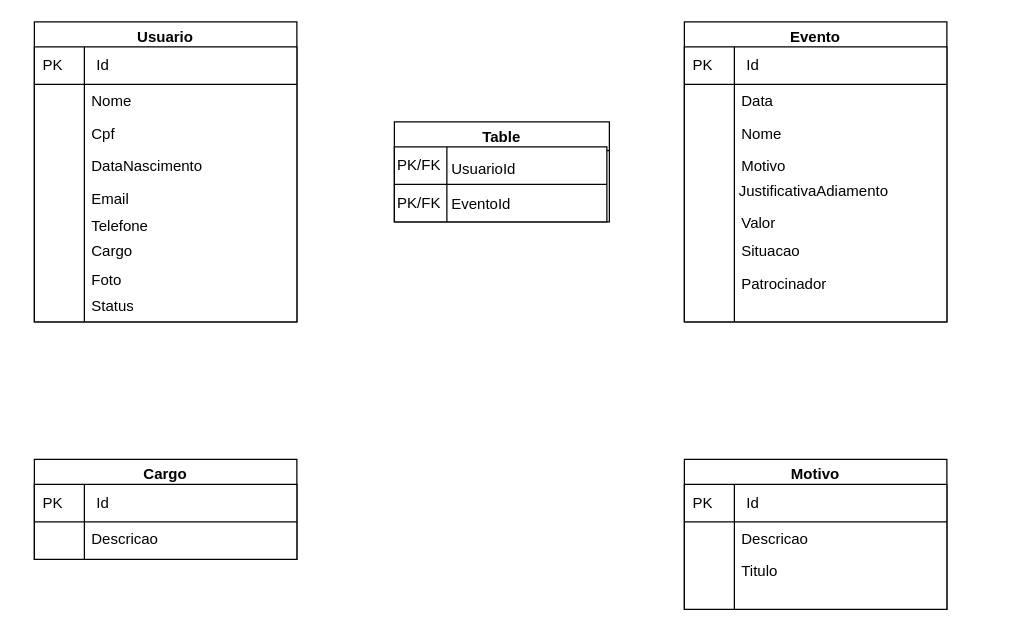
Before: SextaPaga.drawio in VitorLucas98/sextaPaga, a draw.io diagram. Source tidied: cells renumbered, new cells numbered last; positions are measured from the earlier drawing's top-left corner, leaving out a move shared by most shapes. Both pictures are drawn from the tidied source at 125%, with x=0, y=0 at pixel (34, 21).
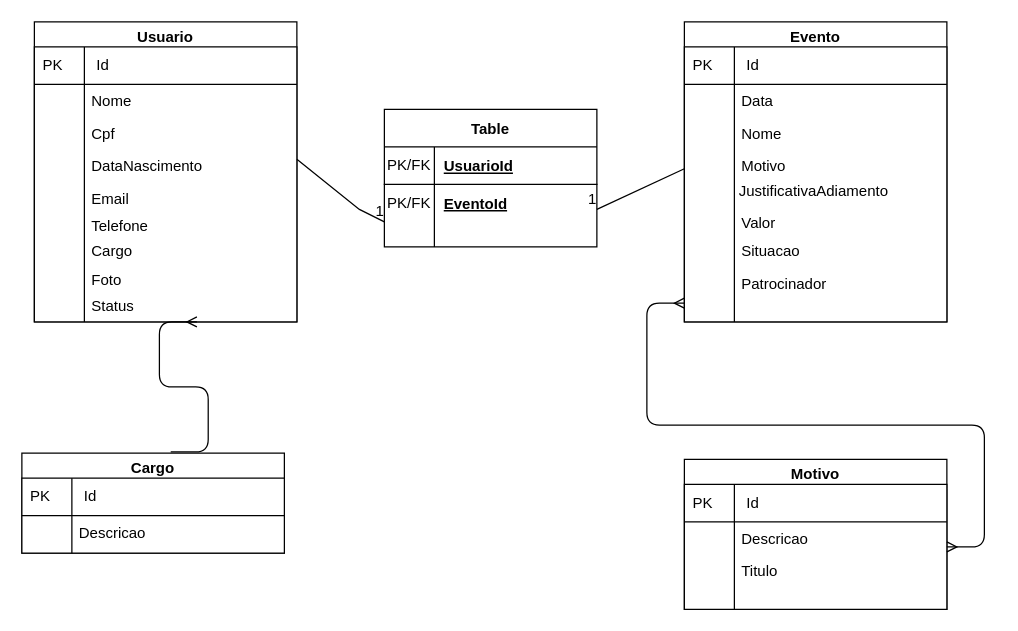
The same page after the edit.

Unchanged cells that the change refers to:
```xml
<mxCell id="3" style="shape=internalStorage;whiteSpace=wrap;html=1;backgroundOutline=1;dx=40;dy=30;" parent="2" vertex="1">
  <mxGeometry y="20" width="210" height="220" as="geometry" />
</mxCell>
<mxCell id="11" value="Status" style="text;strokeColor=none;fillColor=none;align=left;verticalAlign=top;spacingLeft=4;spacingRight=4;overflow=hidden;points=[[0,0.5],[1,0.5]];portConstraint=eastwest;" parent="2" vertex="1">
  <mxGeometry x="40" y="214" width="140" height="26" as="geometry" />
</mxCell>
<mxCell id="15" style="shape=internalStorage;whiteSpace=wrap;html=1;backgroundOutline=1;dx=40;dy=30;" parent="14" vertex="1">
  <mxGeometry y="20" width="210" height="220" as="geometry" />
</mxCell>
<mxCell id="31" style="shape=internalStorage;whiteSpace=wrap;html=1;backgroundOutline=1;dx=40;dy=30;" parent="30" vertex="1">
  <mxGeometry y="20" width="210" height="100" as="geometry" />
</mxCell>
```

The edit, as a diff of the source:
```diff
@@
     <mxCell id="25" value="Cargo" style="swimlane;" parent="1" vertex="1">
-      <mxGeometry y="350" width="210" height="80" as="geometry" />
+      <mxGeometry x="-10" y="345" width="210" height="80" as="geometry" />
     </mxCell>
@@
-    <mxCell id="36" value="Table" style="swimlane;" parent="1" vertex="1">
-      <mxGeometry x="288" y="80" width="172" height="80" as="geometry" />
+    <mxCell id="36" value="Table" style="shape=table;startSize=30;childLayout=tableLayout;rowLines=0;fontStyle=1;align=center;" parent="1" vertex="1">
+      <mxGeometry x="280" y="70" width="170" height="110" as="geometry" />
     </mxCell>
-    <mxCell id="37" style="shape=internalStorage;whiteSpace=wrap;html=1;backgroundOutline=1;dx=42;dy=30;" parent="36" vertex="1">
-      <mxGeometry y="20" width="170" height="60" as="geometry" />
-    </mxCell>
-    <mxCell id="38" value="PK/FK" style="text;html=1;strokeColor=none;fillColor=none;align=center;verticalAlign=middle;whiteSpace=wrap;rounded=0;" parent="36" vertex="1">
-      <mxGeometry y="20" width="40" height="30" as="geometry" />
-    </mxCell>
+    <mxCell id="42" style="shape=partialRectangle;fillColor=none;top=0;left=0;bottom=1;right=0;" parent="36" vertex="1">
+      <mxGeometry y="30" width="170" height="30" as="geometry" />
+    </mxCell>
+    <mxCell id="43" style="shape=partialRectangle;fillColor=none;top=0;left=0;bottom=0;right=0;fontStyle=1;overflow=hidden;" parent="42" vertex="1">
+      <mxGeometry width="40" height="30" as="geometry" />
+    </mxCell>
-    <mxCell id="39" value="UsuarioId" style="text;strokeColor=none;fillColor=none;align=left;verticalAlign=top;spacingLeft=4;spacingRight=4;overflow=hidden;" parent="36" vertex="1">
-      <mxGeometry x="40" y="24" width="70" height="26" as="geometry" />
+    <mxCell id="39" value="UsuarioId" style="shape=partialRectangle;fillColor=none;top=0;left=0;bottom=0;right=0;align=left;spacingLeft=6;fontStyle=5;overflow=hidden;" parent="42" vertex="1">
+      <mxGeometry x="40" width="130" height="30" as="geometry" />
     </mxCell>
+    <mxCell id="44" style="shape=partialRectangle;fillColor=none;top=0;left=0;bottom=0;right=0;" parent="36" vertex="1">
+      <mxGeometry y="60" width="170" height="30" as="geometry" />
+    </mxCell>
+    <mxCell id="45" style="shape=partialRectangle;fillColor=none;top=0;left=0;bottom=0;right=0;overflow=hidden;" parent="44" vertex="1">
+      <mxGeometry width="40" height="30" as="geometry" />
+    </mxCell>
+    <mxCell id="46" style="shape=partialRectangle;fillColor=none;top=0;left=0;bottom=0;right=0;align=left;spacingLeft=6;overflow=hidden;" parent="44" vertex="1">
+      <mxGeometry x="40" width="130" height="30" as="geometry" />
+    </mxCell>
+    <mxCell id="47" style="shape=partialRectangle;fillColor=none;top=0;left=0;bottom=0;right=0;" parent="36" vertex="1">
+      <mxGeometry y="90" width="170" height="20" as="geometry" />
+    </mxCell>
+    <mxCell id="48" style="shape=partialRectangle;fillColor=none;top=0;left=0;bottom=0;right=0;overflow=hidden;" parent="47" vertex="1">
+      <mxGeometry width="40" height="20" as="geometry" />
+    </mxCell>
+    <mxCell id="49" style="shape=partialRectangle;fillColor=none;top=0;left=0;bottom=0;right=0;align=left;spacingLeft=6;overflow=hidden;" parent="47" vertex="1">
+      <mxGeometry x="40" width="130" height="20" as="geometry" />
+    </mxCell>
+    <mxCell id="50" style="shape=partialRectangle;fillColor=none;top=0;left=0;bottom=0;right=0;fontStyle=1;overflow=hidden;" parent="1" vertex="1">
+      <mxGeometry x="280" y="260" width="30" height="30" as="geometry" />
+    </mxCell>
-    <mxCell id="40" value="EventoId" style="text;strokeColor=none;fillColor=none;align=left;verticalAlign=top;spacingLeft=4;spacingRight=4;overflow=hidden;" parent="36" vertex="1">
-      <mxGeometry x="40" y="52" width="110" height="26" as="geometry" />
+    <mxCell id="40" value="EventoId" style="shape=partialRectangle;fillColor=none;top=0;left=0;bottom=0;right=0;align=left;spacingLeft=6;fontStyle=5;overflow=hidden;" parent="1" vertex="1">
+      <mxGeometry x="320" y="130" width="140" height="30" as="geometry" />
     </mxCell>
-    <mxCell id="41" value="PK/FK" style="text;html=1;strokeColor=none;fillColor=none;align=center;verticalAlign=middle;whiteSpace=wrap;rounded=0;" parent="36" vertex="1">
-      <mxGeometry y="50" width="40" height="30" as="geometry" />
-    </mxCell>
+    <mxCell id="51" value="PK/FK" style="text;html=1;strokeColor=none;fillColor=none;align=center;verticalAlign=middle;whiteSpace=wrap;rounded=0;" parent="1" vertex="1">
+      <mxGeometry x="280" y="100" width="40" height="30" as="geometry" />
+    </mxCell>
+    <mxCell id="52" value="PK/FK" style="text;html=1;strokeColor=none;fillColor=none;align=center;verticalAlign=middle;whiteSpace=wrap;rounded=0;" parent="1" vertex="1">
+      <mxGeometry x="280" y="130" width="40" height="30" as="geometry" />
+    </mxCell>
+    <mxCell id="53" style="endArrow=none;html=1;rounded=0;entryX=0;entryY=1;entryDx=0;entryDy=0;exitX=1;exitY=0.409;exitDx=0;exitDy=0;exitPerimeter=0;" parent="1" edge="1" source="3" target="52">
+      <mxGeometry relative="1" as="geometry">
+        <Array as="points">
+          <mxPoint x="260" y="150" />
+        </Array>
+      </mxGeometry>
+    </mxCell>
+    <mxCell id="54" value="1" style="html=1;align=right;verticalAlign=bottom;" parent="53" vertex="1">
+      <mxGeometry x="1" relative="1" as="geometry" />
+    </mxCell>
+    <mxCell id="55" style="edgeStyle=entityRelationEdgeStyle;fontSize=12;html=1;endArrow=ERmany;startArrow=ERmany;exitX=1;exitY=0.5;exitDx=0;exitDy=0;" parent="1" edge="1" source="31">
+      <mxGeometry relative="1" as="geometry">
+        <mxPoint x="520" y="225" as="targetPoint" />
+      </mxGeometry>
+    </mxCell>
+    <mxCell id="56" style="endArrow=none;html=1;rounded=0;exitX=0;exitY=0.443;exitDx=0;exitDy=0;exitPerimeter=0;" parent="1" edge="1" source="15">
+      <mxGeometry relative="1" as="geometry">
+        <mxPoint x="450" y="150" as="targetPoint" />
+      </mxGeometry>
+    </mxCell>
+    <mxCell id="57" value="1" style="html=1;align=right;verticalAlign=bottom;" parent="56" vertex="1">
+      <mxGeometry x="1" relative="1" as="geometry" />
+    </mxCell>
+    <mxCell id="58" style="edgeStyle=entityRelationEdgeStyle;fontSize=12;html=1;endArrow=ERmany;entryX=0.643;entryY=1;entryDx=0;entryDy=0;entryPerimeter=0;exitX=0.567;exitY=-0.012;exitDx=0;exitDy=0;exitPerimeter=0;" parent="1" edge="1" source="25" target="11">
+      <mxGeometry relative="1" as="geometry" />
+    </mxCell>
```
